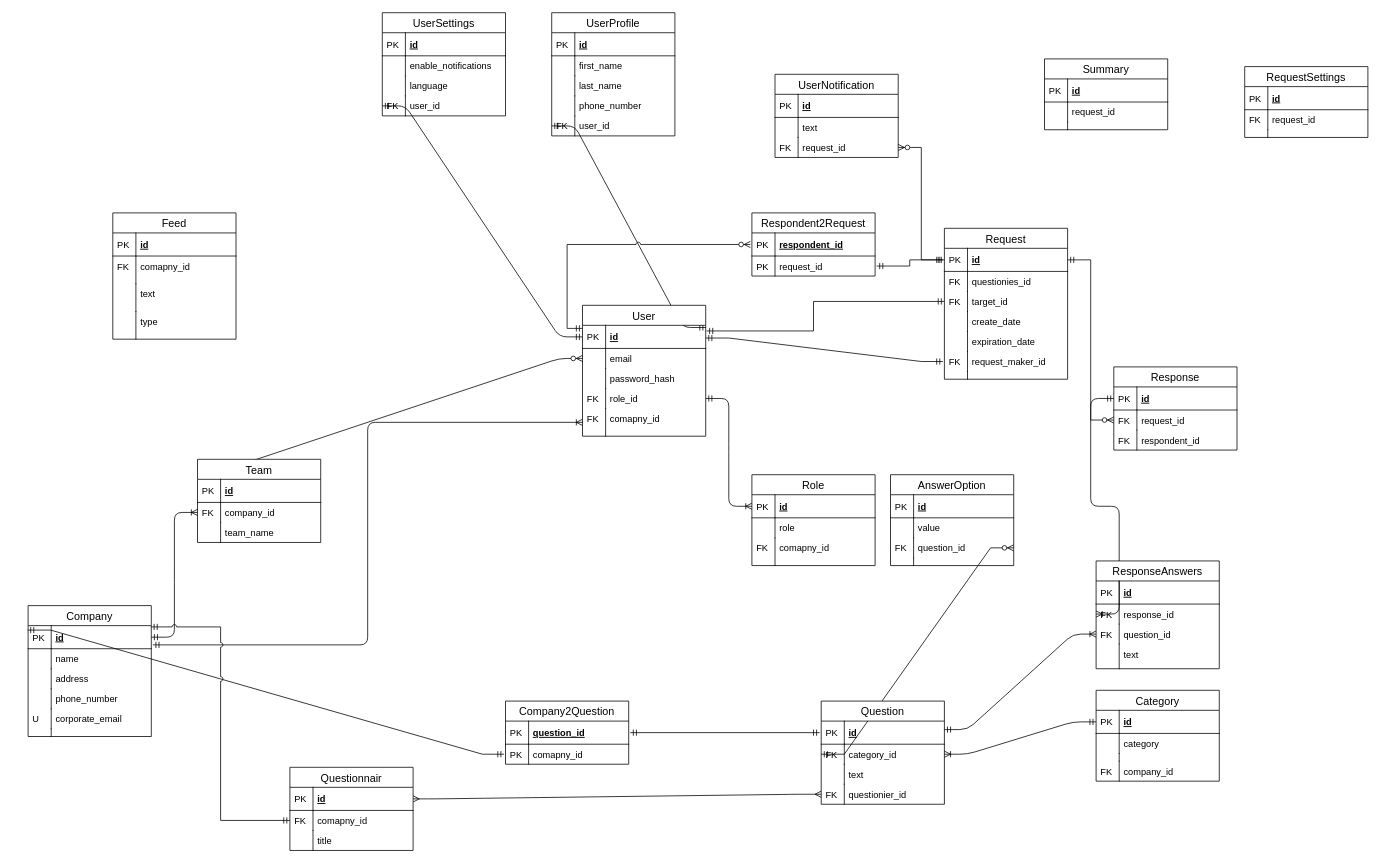
Earlier version of the draw.io diagram docs/feedback_db.drawio (BinaryStudioAcademy/bsa-2020-feedgrabber). Source tidied: cells renumbered, new cells numbered last; positions are measured from the earlier drawing's top-left corner, leaving out a move shared by most shapes. Both pictures are drawn from the tidied source at 77%, with x=0, y=0 at pixel (28, 12).
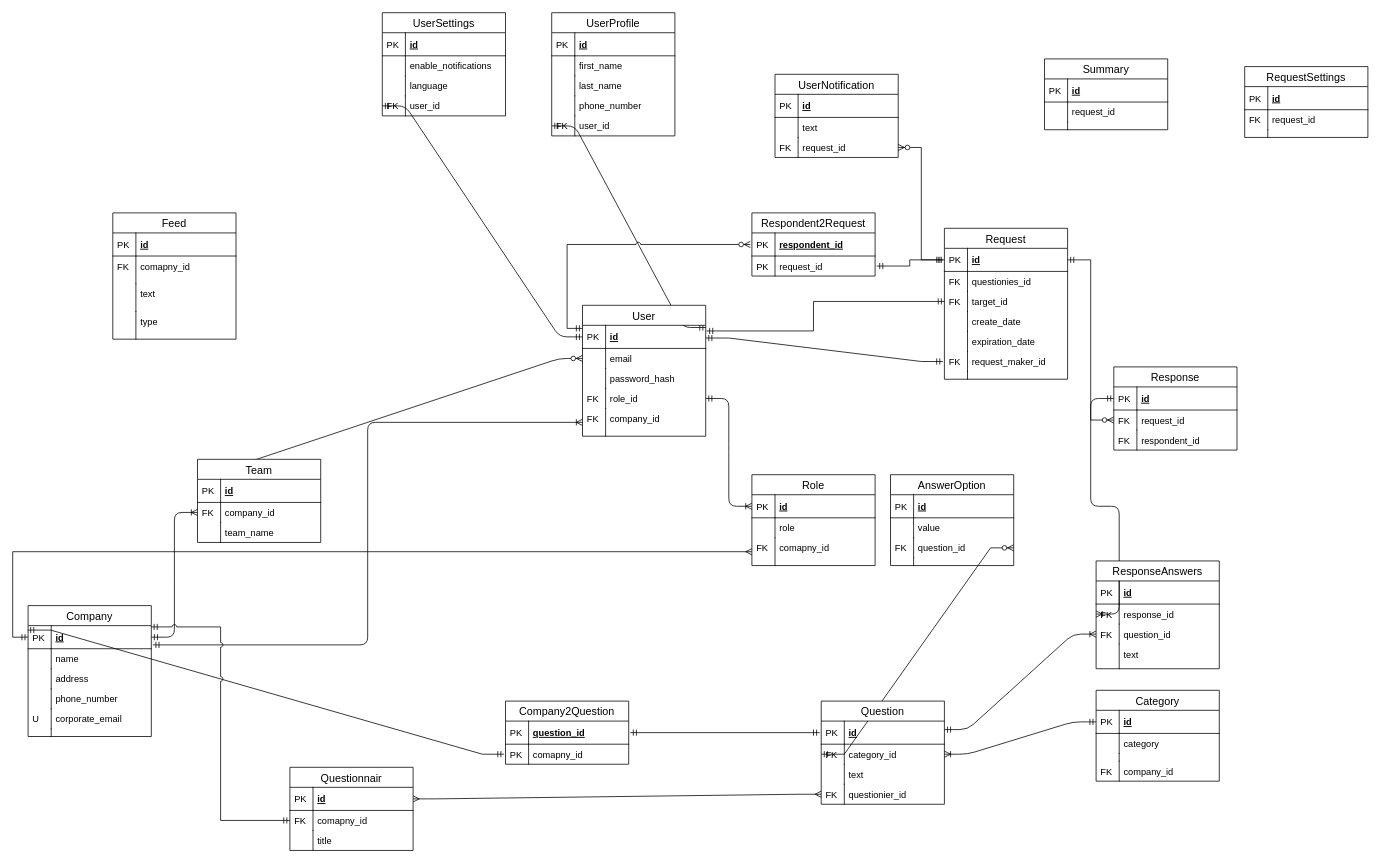
The same page after the edit.

Commit message (it also covers changes not shown here):
Add user service

The change refers to these unchanged cells:
```xml
<mxCell id="64" value="comapny_id" style="shape=partialRectangle;top=0;left=0;right=0;bottom=0;align=left;verticalAlign=top;fillColor=none;spacingLeft=34;spacingRight=4;overflow=hidden;points=[[0,0.5],[1,0.5]];portConstraint=eastwest;fontSize=12;" parent="59" vertex="1">
  <mxGeometry y="82" width="160" height="36" as="geometry" />
</mxCell>
<mxCell id="104" value="User" style="swimlane;fontStyle=0;horizontal=1;startSize=26;align=center;fontSize=14;" parent="1" vertex="1">
  <mxGeometry x="720" y="380" width="160" height="170" as="geometry" />
</mxCell>
<mxCell id="125" value="id" style="shape=partialRectangle;top=0;left=0;right=0;bottom=1;align=left;verticalAlign=middle;fillColor=none;spacingLeft=34;spacingRight=4;overflow=hidden;points=[[0,0.5],[1,0.5]];portConstraint=eastwest;fontStyle=5;fontSize=12;" parent="124" vertex="1">
  <mxGeometry y="26" width="160" height="30" as="geometry" />
</mxCell>
```

The edit, as a diff of the source:
```diff
@@
-    <mxCell id="113" value="comapny_id" style="shape=partialRectangle;top=0;left=0;right=0;bottom=0;align=left;verticalAlign=top;fillColor=none;spacingLeft=34;spacingRight=4;overflow=hidden;points=[[0,0.5],[1,0.5]];portConstraint=eastwest;fontSize=12;" parent="104" vertex="1">
+    <mxCell id="113" value="company_id" style="shape=partialRectangle;top=0;left=0;right=0;bottom=0;align=left;verticalAlign=top;fillColor=none;spacingLeft=34;spacingRight=4;overflow=hidden;points=[[0,0.5],[1,0.5]];portConstraint=eastwest;fontSize=12;" parent="104" vertex="1">
       <mxGeometry y="134" width="160" height="36" as="geometry" />
     </mxCell>
@@
+    <mxCell id="185" style="edgeStyle=orthogonalEdgeStyle;rounded=0;jettySize=auto;html=1;entryX=0;entryY=0.5;entryDx=0;entryDy=0;endArrow=ERmandOne;endFill=0;startArrow=ERmany;startFill=0;" parent="1" edge="1" source="64" target="125">
+      <mxGeometry relative="1" as="geometry" />
+    </mxCell>
```
